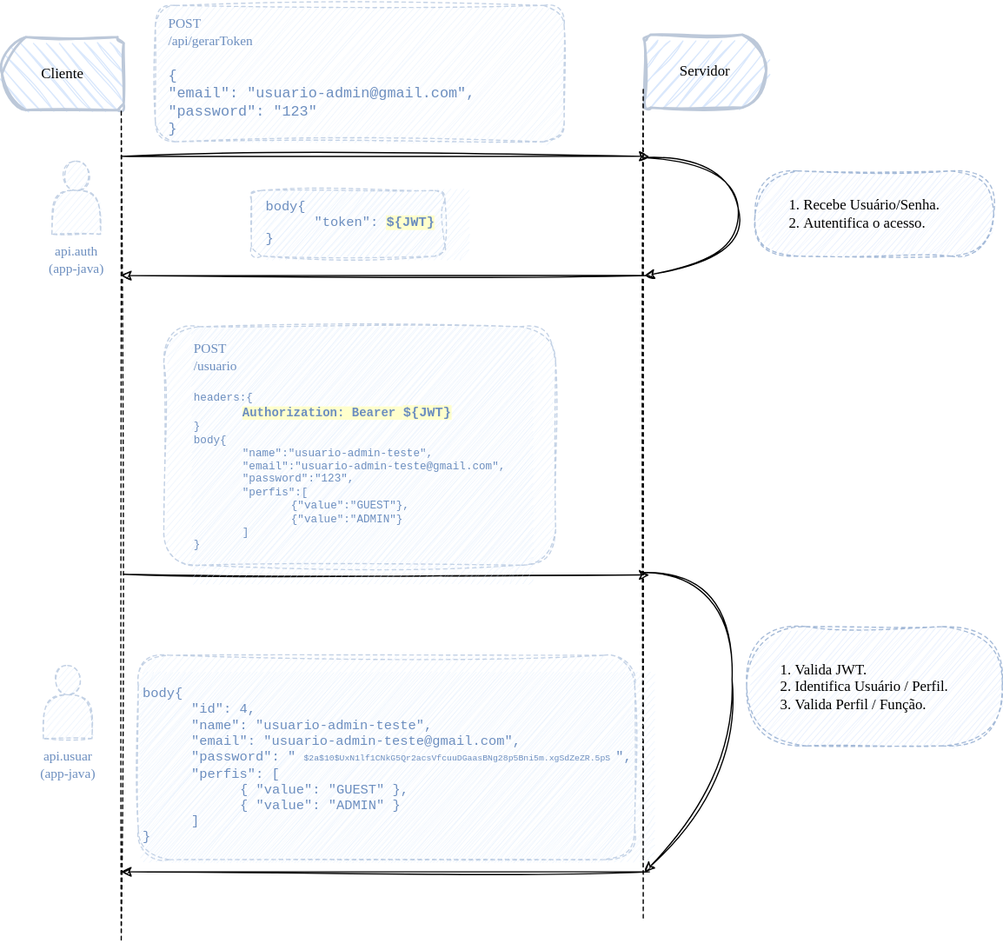
The draw.io diagram microservico/arquitetura.drawio.svg in ramiralvesmelo/spring-boot-projetos, before a commit. Source tidied: cells renumbered, new cells last; positions are measured from the earlier drawing's top-left corner, leaving out a move shared by most shapes.
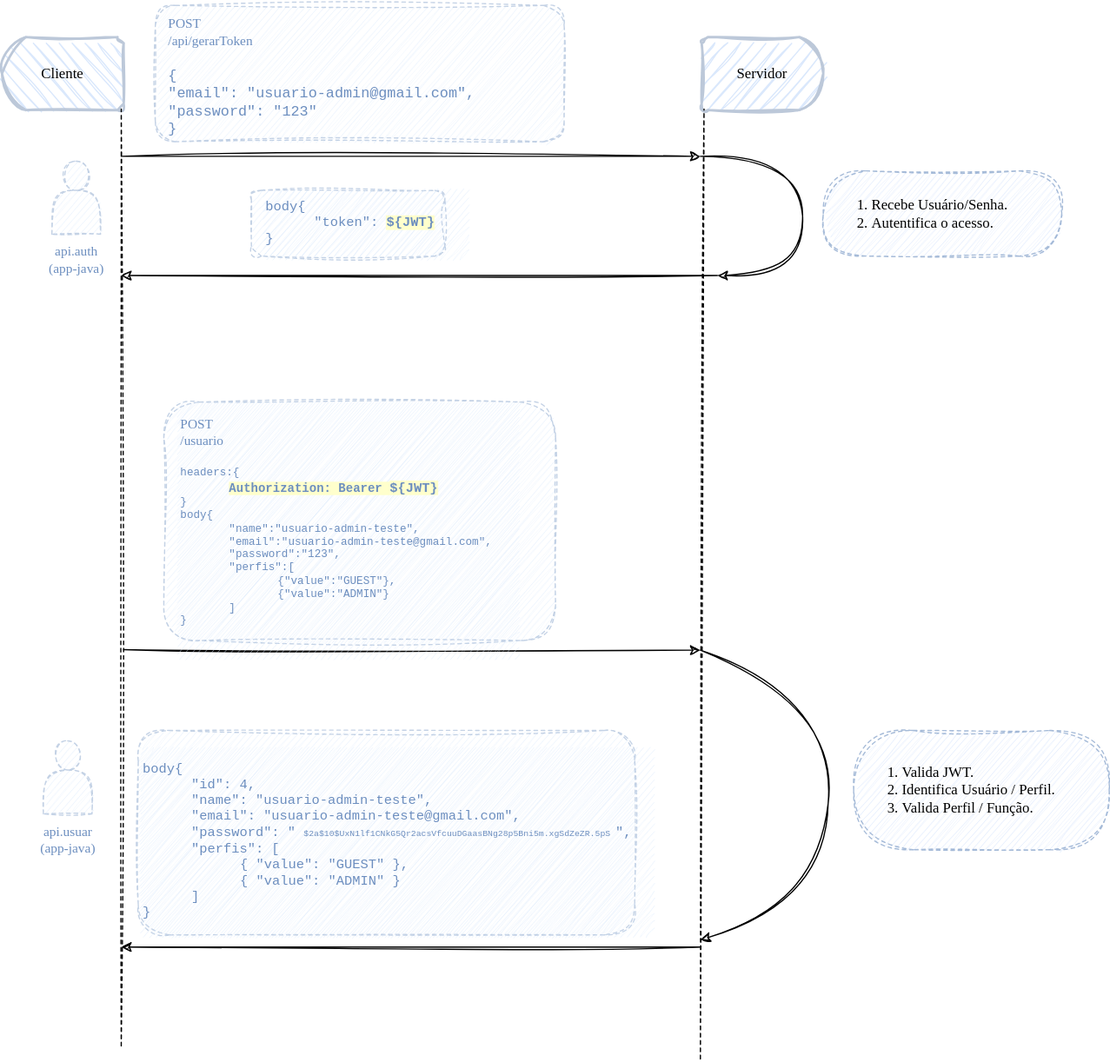
After the change.

The edit, as a diff of the source:
```diff
@@ -3,7 +3,7 @@
     <mxCell id="0" />
     <mxCell id="1" parent="0" />
     <mxCell id="2" style="rounded=1;whiteSpace=wrap;html=1;dashed=1;strokeColor=#6C8EBF;strokeWidth=1;fontFamily=Comic Sans MS;fontSize=11;fontColor=#6c8ebf;fillColor=#DAE8FC;opacity=40;sketch=1;curveFitting=1;jiggle=2;" parent="1" vertex="1">
-      <mxGeometry x="112" y="538" width="408" height="168" as="geometry" />
+      <mxGeometry x="112" y="600" width="408" height="168" as="geometry" />
     </mxCell>
     <mxCell id="3" style="rounded=1;whiteSpace=wrap;html=1;dashed=1;strokeColor=#6C8EBF;strokeWidth=1;fontFamily=Comic Sans MS;fontSize=11;fontColor=#6c8ebf;fillColor=#DAE8FC;opacity=40;sketch=1;curveFitting=1;jiggle=2;" parent="1" vertex="1">
       <mxGeometry x="126" y="4" width="336" height="112" as="geometry" />
@@ -12,92 +12,81 @@
       <mxGeometry y="30" width="100" height="60" as="geometry" />
     </mxCell>
     <mxCell id="5" value="Servidor" style="strokeWidth=2;html=1;shape=mxgraph.flowchart.delay;whiteSpace=wrap;flipH=0;fillColor=#dae8fc;rounded=1;shadow=0;sketch=1;curveFitting=1;jiggle=2;fontFamily=Comic Sans MS;strokeColor=#BCC8D9;" parent="1" vertex="1">
-      <mxGeometry x="528" y="28" width="100" height="60" as="geometry" />
+      <mxGeometry x="575" y="30" width="100" height="60" as="geometry" />
     </mxCell>
     <mxCell id="6" style="endArrow=none;dashed=1;html=1;entryX=0.02;entryY=0.985;entryDx=0;entryDy=0;entryPerimeter=0;sketch=1;curveFitting=1;jiggle=2;" parent="1" edge="1" target="4">
       <mxGeometry relative="1" as="geometry">
-        <mxPoint x="98" y="772" as="sourcePoint" />
+        <mxPoint x="98" y="859.3" as="sourcePoint" />
       </mxGeometry>
     </mxCell>
-    <mxCell id="7" style="endArrow=none;dashed=1;html=1;entryX=0.02;entryY=0.985;entryDx=0;entryDy=0;entryPerimeter=0;sketch=1;curveFitting=1;jiggle=2;" parent="1" edge="1">
+    <mxCell id="7" style="endArrow=none;dashed=1;html=1;sketch=1;curveFitting=1;jiggle=2;entryX=0.02;entryY=0.985;entryDx=0;entryDy=0;entryPerimeter=0;" parent="1" edge="1" target="5">
       <mxGeometry relative="1" as="geometry">
-        <mxPoint x="527" y="754" as="sourcePoint" />
-        <mxPoint x="527" y="72" as="targetPoint" />
+        <mxPoint x="574" y="870" as="sourcePoint" />
       </mxGeometry>
     </mxCell>
     <mxCell id="8" style="endArrow=classic;html=1;sketch=1;curveFitting=1;jiggle=2;" parent="1" edge="1">
       <mxGeometry relative="1" as="geometry">
         <mxPoint x="98" y="128" as="sourcePoint" />
-        <mxPoint x="532" y="128" as="targetPoint" />
+        <mxPoint x="574" y="128" as="targetPoint" />
       </mxGeometry>
     </mxCell>
     <mxCell id="9" style="endArrow=classic;html=1;sketch=1;curveFitting=1;jiggle=2;" parent="1" edge="1">
       <mxGeometry relative="1" as="geometry">
-        <mxPoint x="532" y="226" as="sourcePoint" />
+        <mxPoint x="588" y="226" as="sourcePoint" />
         <mxPoint x="98" y="226" as="targetPoint" />
       </mxGeometry>
     </mxCell>
     <mxCell id="10" style="endArrow=classic;html=1;sketch=1;curveFitting=1;jiggle=2;" parent="1" edge="1">
       <mxGeometry relative="1" as="geometry">
-        <mxPoint x="100" y="471.5" as="sourcePoint" />
-        <mxPoint x="532" y="472" as="targetPoint" />
+        <mxPoint x="100" y="533.5" as="sourcePoint" />
+        <mxPoint x="574" y="534" as="targetPoint" />
       </mxGeometry>
     </mxCell>
     <mxCell id="11" style="endArrow=classic;html=1;sketch=1;curveFitting=1;jiggle=2;" parent="1" edge="1">
       <mxGeometry relative="1" as="geometry">
-        <mxPoint x="532" y="716" as="sourcePoint" />
-        <mxPoint x="98" y="716" as="targetPoint" />
+        <mxPoint x="574" y="778" as="sourcePoint" />
+        <mxPoint x="98" y="778" as="targetPoint" />
       </mxGeometry>
     </mxCell>
     <mxCell id="12" value="&lt;ol&gt;&lt;li style=&quot;&quot;&gt;&lt;span style=&quot;background-color: initial;&quot;&gt;Recebe Usuário/Senha.&lt;/span&gt;&lt;br&gt;&lt;/li&gt;&lt;li&gt;Autentifica o acesso.&lt;/li&gt;&lt;/ol&gt;" style="text;html=1;align=left;verticalAlign=middle;strokeColor=#6c8ebf;fillColor=#dae8fc;rounded=1;shadow=0;sketch=1;curveFitting=1;jiggle=2;fontFamily=Comic Sans MS;dashed=1;arcSize=50;strokeWidth=1;perimeterSpacing=1;opacity=60;spacing=0;rotation=0;" parent="1" vertex="1">
-      <mxGeometry x="619" y="140" width="196" height="70" as="geometry" />
+      <mxGeometry x="675" y="140" width="196" height="70" as="geometry" />
     </mxCell>
     <mxCell id="13" value="&lt;div style=&quot;font-size: 11px;&quot;&gt;&lt;font color=&quot;#6c8ebf&quot; style=&quot;font-size: 11px;&quot;&gt;&lt;span style=&quot;font-family: &amp;quot;Comic Sans MS&amp;quot;; text-align: center;&quot;&gt;POST&lt;/span&gt;&lt;span style=&quot;background-color: initial;&quot;&gt;&lt;br&gt;&lt;/span&gt;&lt;/font&gt;&lt;/div&gt;&lt;div style=&quot;font-size: 11px;&quot;&gt;&lt;font color=&quot;#6c8ebf&quot; style=&quot;font-size: 11px;&quot;&gt;&lt;span style=&quot;font-family: &amp;quot;Comic Sans MS&amp;quot;; text-align: center;&quot;&gt;/api/gerarToken&lt;/span&gt;&lt;/font&gt;&lt;/div&gt;&lt;div style=&quot;font-size: 11px;&quot;&gt;&lt;font color=&quot;#6c8ebf&quot; style=&quot;font-size: 11px;&quot;&gt;&lt;span style=&quot;font-family: &amp;quot;Comic Sans MS&amp;quot;; text-align: center;&quot;&gt;&lt;br&gt;&lt;/span&gt;&lt;/font&gt;&lt;/div&gt;&lt;div style=&quot;font-size: 12px;&quot;&gt;&lt;font style=&quot;font-size: 12px;&quot;&gt;&lt;span style=&quot;color: rgb(108, 142, 191); background-color: initial;&quot;&gt;{&lt;/span&gt;&lt;br&gt;&lt;/font&gt;&lt;/div&gt;&lt;div style=&quot;font-size: 12px;&quot;&gt;&lt;div&gt;&lt;font style=&quot;font-size: 12px;&quot; color=&quot;#6c8ebf&quot;&gt;&amp;nbsp; &amp;nbsp; &quot;email&quot;: &quot;usuario-admin@gmail.com&quot;,&lt;/font&gt;&lt;/div&gt;&lt;div&gt;&lt;font style=&quot;font-size: 12px;&quot; color=&quot;#6c8ebf&quot;&gt;&amp;nbsp; &amp;nbsp; &quot;password&quot;: &quot;123&quot;&lt;/font&gt;&lt;/div&gt;&lt;div&gt;&lt;font style=&quot;font-size: 12px;&quot; color=&quot;#6c8ebf&quot;&gt;}&lt;/font&gt;&lt;/div&gt;&lt;/div&gt;&lt;div style=&quot;font-size: 12px;&quot;&gt;&lt;br&gt;&lt;/div&gt;" style="text;html=1;align=left;verticalAlign=middle;strokeColor=none;fillColor=none;fontFamily=Courier New;fontSize=10;opacity=40;dashed=1;sketch=1;curveFitting=1;jiggle=2;" parent="1" vertex="1">
       <mxGeometry x="135" width="308" height="140" as="geometry" />
     </mxCell>
     <mxCell id="14" style="curved=1;endArrow=classic;html=1;sketch=1;curveFitting=1;jiggle=2;" parent="1" edge="1">
       <mxGeometry relative="1" as="geometry">
-        <mxPoint x="528" y="129" as="sourcePoint" />
-        <mxPoint x="528" y="226" as="targetPoint" />
+        <mxPoint x="574" y="534" as="sourcePoint" />
+        <mxPoint x="574" y="772" as="targetPoint" />
         <Array as="points">
-          <mxPoint x="598" y="129" />
-          <mxPoint x="612" y="212" />
+          <mxPoint x="686" y="576" />
+          <mxPoint x="672" y="744" />
         </Array>
       </mxGeometry>
     </mxCell>
     <mxCell id="15" value="&lt;ol&gt;&lt;li style=&quot;&quot;&gt;&lt;span style=&quot;background-color: initial;&quot;&gt;Valida JWT.&lt;/span&gt;&lt;/li&gt;&lt;li style=&quot;&quot;&gt;Identifica Usuário / Perfil.&lt;/li&gt;&lt;li style=&quot;&quot;&gt;Valida Perfil / Função.&lt;/li&gt;&lt;/ol&gt;" style="text;html=1;align=left;verticalAlign=middle;strokeColor=#6c8ebf;fillColor=#dae8fc;rounded=1;shadow=0;sketch=1;curveFitting=1;jiggle=2;fontFamily=Comic Sans MS;dashed=1;arcSize=50;strokeWidth=1;perimeterSpacing=1;opacity=60;spacing=0;rotation=0;" parent="1" vertex="1">
-      <mxGeometry x="612" y="514.5" width="210" height="98" as="geometry" />
+      <mxGeometry x="700" y="600" width="210" height="98" as="geometry" />
     </mxCell>
     <mxCell id="16" style="shape=actor;whiteSpace=wrap;html=1;dashed=1;sketch=1;strokeColor=#6C8EBF;strokeWidth=1;fontFamily=Comic Sans MS;fontSize=11;fontColor=#6C8EBF;fillColor=#DAE8FC;opacity=40;" parent="1" vertex="1">
       <mxGeometry x="41" y="132" width="40" height="60" as="geometry" />
     </mxCell>
     <mxCell id="17" style="rounded=1;whiteSpace=wrap;html=1;dashed=1;strokeColor=#6C8EBF;strokeWidth=1;fontFamily=Comic Sans MS;fontSize=11;fontColor=#6c8ebf;fillColor=#DAE8FC;opacity=40;sketch=1;curveFitting=1;jiggle=2;" parent="1" vertex="1">
-      <mxGeometry x="133" y="268" width="322" height="196" as="geometry" />
+      <mxGeometry x="133" y="330" width="322" height="196" as="geometry" />
     </mxCell>
     <mxCell id="18" value="&lt;div style=&quot;font-size: 11px;&quot;&gt;&lt;span style=&quot;font-family: &amp;quot;Comic Sans MS&amp;quot;; text-align: center; color: rgb(108, 142, 191); background-color: initial;&quot;&gt;POST&lt;/span&gt;&lt;br&gt;&lt;/div&gt;&lt;div style=&quot;font-size: 11px;&quot;&gt;&lt;font color=&quot;#6c8ebf&quot; style=&quot;font-size: 11px;&quot;&gt;&lt;span style=&quot;font-family: &amp;quot;Comic Sans MS&amp;quot;; text-align: center;&quot;&gt;/usuario&lt;/span&gt;&lt;/font&gt;&lt;/div&gt;&lt;div style=&quot;font-size: 11px;&quot;&gt;&lt;font color=&quot;#6c8ebf&quot; style=&quot;font-size: 11px;&quot;&gt;&lt;span style=&quot;font-family: &amp;quot;Comic Sans MS&amp;quot;; text-align: center;&quot;&gt;&lt;br&gt;&lt;/span&gt;&lt;/font&gt;&lt;/div&gt;&lt;div style=&quot;font-size: 9px;&quot;&gt;&lt;font style=&quot;font-size: 9px;&quot;&gt;&lt;span style=&quot;color: rgb(108, 142, 191); background-color: initial;&quot;&gt;headers:{&lt;/span&gt;&lt;br&gt;&lt;/font&gt;&lt;/div&gt;&lt;blockquote style=&quot;margin: 0 0 0 40px; border: none; padding: 0px;&quot;&gt;&lt;div style=&quot;&quot;&gt;&lt;div style=&quot;&quot;&gt;&lt;font style=&quot;&quot; color=&quot;#6c8ebf&quot;&gt;&lt;font style=&quot;background-color: rgb(255, 255, 204); font-weight: bold;&quot; size=&quot;1&quot;&gt;Authorization: Bearer &lt;/font&gt;&lt;font style=&quot;background-color: rgb(255, 255, 204); font-weight: bold; font-size: 11px;&quot;&gt;${JWT}&lt;/font&gt;&lt;/font&gt;&lt;/div&gt;&lt;/div&gt;&lt;/blockquote&gt;&lt;div style=&quot;&quot;&gt;&lt;div style=&quot;font-size: 9px;&quot;&gt;&lt;font style=&quot;font-size: 9px;&quot; color=&quot;#6c8ebf&quot;&gt;}&lt;/font&gt;&lt;/div&gt;&lt;div style=&quot;font-size: 9px;&quot;&gt;&lt;font style=&quot;font-size: 9px;&quot; color=&quot;#6c8ebf&quot;&gt;body{&lt;/font&gt;&lt;/div&gt;&lt;/div&gt;&lt;blockquote style=&quot;margin: 0 0 0 40px; border: none; padding: 0px;&quot;&gt;&lt;div style=&quot;&quot;&gt;&lt;div style=&quot;font-size: 9px;&quot;&gt;&lt;font style=&quot;font-size: 9px;&quot; color=&quot;#6c8ebf&quot;&gt;&quot;name&quot;:&quot;usuario-admin-teste&quot;,&lt;/font&gt;&lt;/div&gt;&lt;/div&gt;&lt;div style=&quot;&quot;&gt;&lt;div style=&quot;font-size: 9px;&quot;&gt;&lt;font style=&quot;font-size: 9px;&quot; color=&quot;#6c8ebf&quot;&gt;&quot;email&quot;:&quot;usuario-admin-teste@gmail.com&quot;,&lt;/font&gt;&lt;/div&gt;&lt;/div&gt;&lt;div style=&quot;&quot;&gt;&lt;div style=&quot;font-size: 9px;&quot;&gt;&lt;font style=&quot;font-size: 9px;&quot; color=&quot;#6c8ebf&quot;&gt;&quot;password&quot;:&quot;123&quot;,&lt;/font&gt;&lt;/div&gt;&lt;/div&gt;&lt;div style=&quot;&quot;&gt;&lt;div style=&quot;font-size: 9px;&quot;&gt;&lt;font style=&quot;font-size: 9px;&quot; color=&quot;#6c8ebf&quot;&gt;&quot;perfis&quot;:[&lt;/font&gt;&lt;/div&gt;&lt;/div&gt;&lt;/blockquote&gt;&lt;blockquote style=&quot;margin: 0 0 0 40px; border: none; padding: 0px;&quot;&gt;&lt;blockquote style=&quot;margin: 0 0 0 40px; border: none; padding: 0px;&quot;&gt;&lt;div style=&quot;&quot;&gt;&lt;div style=&quot;font-size: 9px;&quot;&gt;&lt;font style=&quot;font-size: 9px;&quot; color=&quot;#6c8ebf&quot;&gt;{&quot;value&quot;:&quot;GUEST&quot;},&lt;/font&gt;&lt;/div&gt;&lt;/div&gt;&lt;/blockquote&gt;&lt;blockquote style=&quot;margin: 0 0 0 40px; border: none; padding: 0px;&quot;&gt;&lt;div style=&quot;&quot;&gt;&lt;div style=&quot;font-size: 9px;&quot;&gt;&lt;font style=&quot;font-size: 9px;&quot; color=&quot;#6c8ebf&quot;&gt;{&quot;value&quot;:&quot;ADMIN&quot;}&lt;/font&gt;&lt;/div&gt;&lt;/div&gt;&lt;/blockquote&gt;&lt;/blockquote&gt;&lt;blockquote style=&quot;margin: 0 0 0 40px; border: none; padding: 0px;&quot;&gt;&lt;div style=&quot;&quot;&gt;&lt;div style=&quot;font-size: 9px;&quot;&gt;&lt;font style=&quot;font-size: 9px;&quot; color=&quot;#6c8ebf&quot;&gt;]&lt;/font&gt;&lt;/div&gt;&lt;/div&gt;&lt;/blockquote&gt;&lt;div style=&quot;&quot;&gt;&lt;div style=&quot;font-size: 9px;&quot;&gt;&lt;font style=&quot;font-size: 9px;&quot; color=&quot;#6c8ebf&quot;&gt;}&lt;/font&gt;&lt;/div&gt;&lt;/div&gt;&lt;div style=&quot;font-size: 11px;&quot;&gt;&lt;br&gt;&lt;/div&gt;" style="text;html=1;align=left;verticalAlign=middle;strokeColor=none;fillColor=#DAE8FC;fontFamily=Courier New;fontSize=10;opacity=40;dashed=1;sketch=1;curveFitting=1;jiggle=2;" parent="1" vertex="1">
-      <mxGeometry x="156" y="268" width="280" height="210" as="geometry" />
+      <mxGeometry x="144.5" y="330" width="280" height="210" as="geometry" />
     </mxCell>
     <mxCell id="19" value="api.auth &lt;br&gt;(app-java)&lt;br&gt;" style="text;html=1;align=center;verticalAlign=middle;strokeColor=none;fillColor=none;fontSize=11;fontFamily=Comic Sans MS;fontColor=#6C8EBF;" parent="1" vertex="1">
       <mxGeometry x="19" y="192" width="84" height="42" as="geometry" />
     </mxCell>
     <mxCell id="20" style="shape=actor;whiteSpace=wrap;html=1;dashed=1;sketch=1;strokeColor=#6C8EBF;strokeWidth=1;fontFamily=Comic Sans MS;fontSize=11;fontColor=#6C8EBF;fillColor=#DAE8FC;opacity=40;" parent="1" vertex="1">
-      <mxGeometry x="34" y="546.5" width="40" height="60" as="geometry" />
+      <mxGeometry x="34" y="608.5" width="40" height="60" as="geometry" />
     </mxCell>
     <mxCell id="21" value="api.usuar&lt;br&gt;(app-java)" style="text;html=1;align=center;verticalAlign=middle;strokeColor=none;fillColor=none;fontSize=11;fontFamily=Comic Sans MS;fontColor=#6C8EBF;" parent="1" vertex="1">
-      <mxGeometry x="12" y="606.5" width="84" height="42" as="geometry" />
+      <mxGeometry x="12" y="668.5" width="84" height="42" as="geometry" />
     </mxCell>
-    <mxCell id="22" style="curved=1;endArrow=classic;html=1;sketch=1;curveFitting=1;jiggle=2;" parent="1" edge="1">
-      <mxGeometry relative="1" as="geometry">
-        <mxPoint x="528" y="470" as="sourcePoint" />
-        <mxPoint x="528" y="716" as="targetPoint" />
-        <Array as="points">
-          <mxPoint x="598" y="470" />
-          <mxPoint x="602" y="646" />
-        </Array>
-      </mxGeometry>
-    </mxCell>
     <mxCell id="23" value="&lt;div style=&quot;&quot;&gt;&lt;div style=&quot;font-size: 11px;&quot;&gt;&lt;font color=&quot;#6c8ebf&quot;&gt;body{&lt;/font&gt;&lt;/div&gt;&lt;/div&gt;&lt;blockquote style=&quot;margin: 0 0 0 40px; border: none; padding: 0px;&quot;&gt;&lt;div style=&quot;&quot;&gt;&lt;div style=&quot;font-size: 11px;&quot;&gt;&lt;font color=&quot;#6c8ebf&quot;&gt;&quot;id&quot;: 4,&lt;/font&gt;&lt;/div&gt;&lt;/div&gt;&lt;div style=&quot;&quot;&gt;&lt;div style=&quot;font-size: 11px;&quot;&gt;&lt;font color=&quot;#6c8ebf&quot;&gt;&quot;name&quot;: &quot;usuario-admin-teste&quot;,&lt;/font&gt;&lt;/div&gt;&lt;/div&gt;&lt;div style=&quot;&quot;&gt;&lt;div style=&quot;font-size: 11px;&quot;&gt;&lt;font color=&quot;#6c8ebf&quot;&gt;&quot;email&quot;: &quot;usuario-admin-teste@gmail.com&quot;,&lt;/font&gt;&lt;/div&gt;&lt;/div&gt;&lt;div style=&quot;&quot;&gt;&lt;div style=&quot;&quot;&gt;&lt;font color=&quot;#6c8ebf&quot;&gt;&lt;span style=&quot;font-size: 11px;&quot;&gt;&quot;password&quot;: &quot;&lt;/span&gt;&lt;font style=&quot;font-size: 7px;&quot;&gt;$2a$10$UxN1lf1CNkG5Qr2acsVfcuuDGaasBNg28p5Bni5m.xgSdZeZR.5pS&lt;/font&gt;&lt;span style=&quot;font-size: 11px;&quot;&gt;&quot;,&lt;/span&gt;&lt;/font&gt;&lt;/div&gt;&lt;/div&gt;&lt;div style=&quot;&quot;&gt;&lt;div style=&quot;font-size: 11px;&quot;&gt;&lt;font color=&quot;#6c8ebf&quot;&gt;&quot;perfis&quot;: [&lt;/font&gt;&lt;/div&gt;&lt;/div&gt;&lt;blockquote style=&quot;margin: 0 0 0 40px; border: none; padding: 0px;&quot;&gt;&lt;font style=&quot;font-size: 11px; border-color: var(--border-color);&quot; color=&quot;#6c8ebf&quot;&gt;{&lt;/font&gt;&lt;span style=&quot;font-size: 11px; background-color: initial; color: rgb(108, 142, 191);&quot;&gt;&quot;value&quot;: &quot;GUEST&quot;&lt;/span&gt;&lt;span style=&quot;font-size: 11px; background-color: initial; color: rgb(108, 142, 191);&quot;&gt;},&lt;/span&gt;&lt;/blockquote&gt;&lt;blockquote style=&quot;margin: 0 0 0 40px; border: none; padding: 0px;&quot;&gt;&lt;div style=&quot;&quot;&gt;&lt;div style=&quot;font-size: 11px;&quot;&gt;&lt;div style=&quot;border-color: var(--border-color);&quot;&gt;&lt;font style=&quot;border-color: var(--border-color);&quot; color=&quot;#6c8ebf&quot;&gt;{&lt;/font&gt;&lt;span style=&quot;color: rgb(108, 142, 191); background-color: initial;&quot;&gt;&quot;value&quot;: &quot;ADMIN&quot;&lt;/span&gt;&lt;span style=&quot;color: rgb(108, 142, 191); background-color: initial;&quot;&gt;}&lt;/span&gt;&lt;/div&gt;&lt;/div&gt;&lt;/div&gt;&lt;/blockquote&gt;&lt;div style=&quot;&quot;&gt;&lt;div style=&quot;font-size: 11px;&quot;&gt;&lt;div style=&quot;border-color: var(--border-color);&quot;&gt;&lt;span style=&quot;background-color: initial; color: rgb(108, 142, 191);&quot;&gt;]&lt;/span&gt;&lt;/div&gt;&lt;/div&gt;&lt;/div&gt;&lt;/blockquote&gt;&lt;div style=&quot;&quot;&gt;&lt;div style=&quot;font-size: 11px;&quot;&gt;&lt;font color=&quot;#6c8ebf&quot;&gt;}&lt;/font&gt;&lt;/div&gt;&lt;/div&gt;" style="text;html=1;align=left;verticalAlign=middle;strokeColor=none;fillColor=#DAE8FC;fontFamily=Courier New;fontSize=10;opacity=40;dashed=1;sketch=1;curveFitting=1;jiggle=2;" parent="1" vertex="1">
-      <mxGeometry x="114" y="552" width="420" height="154" as="geometry" />
+      <mxGeometry x="114" y="614" width="420" height="154" as="geometry" />
     </mxCell>
     <mxCell id="24" style="rounded=1;whiteSpace=wrap;html=1;dashed=1;strokeColor=#6C8EBF;strokeWidth=1;fontFamily=Comic Sans MS;fontSize=11;fontColor=#6c8ebf;fillColor=#DAE8FC;opacity=40;sketch=1;curveFitting=1;jiggle=2;" parent="1" vertex="1">
       <mxGeometry x="205" y="156" width="159" height="54" as="geometry" />
@@ -105,5 +94,15 @@
     <mxCell id="25" value="&lt;div style=&quot;&quot;&gt;&lt;div style=&quot;font-size: 11px;&quot;&gt;&lt;font color=&quot;#6c8ebf&quot;&gt;body{&lt;/font&gt;&lt;/div&gt;&lt;/div&gt;&lt;blockquote style=&quot;margin: 0 0 0 40px; border: none; padding: 0px;&quot;&gt;&lt;div style=&quot;&quot;&gt;&lt;div style=&quot;font-size: 11px;&quot;&gt;&lt;font color=&quot;#6c8ebf&quot;&gt;&quot;token&quot;:&amp;nbsp;&lt;/font&gt;&lt;span style=&quot;background-color: rgb(255, 255, 204); color: rgb(108, 142, 191); font-weight: 700;&quot;&gt;${JWT}&lt;/span&gt;&lt;/div&gt;&lt;/div&gt;&lt;/blockquote&gt;&lt;div style=&quot;&quot;&gt;&lt;div style=&quot;font-size: 11px;&quot;&gt;&lt;font color=&quot;#6c8ebf&quot;&gt;}&lt;/font&gt;&lt;/div&gt;&lt;/div&gt;" style="text;html=1;align=left;verticalAlign=middle;strokeColor=none;fillColor=#DAE8FC;fontFamily=Courier New;fontSize=10;opacity=40;dashed=1;sketch=1;curveFitting=1;jiggle=2;" parent="1" vertex="1">
       <mxGeometry x="215" y="155" width="168" height="56" as="geometry" />
     </mxCell>
+    <mxCell id="26" style="curved=1;endArrow=classic;html=1;sketch=1;curveFitting=1;jiggle=2;" parent="1" edge="1">
+      <mxGeometry relative="1" as="geometry">
+        <mxPoint x="574" y="128" as="sourcePoint" />
+        <mxPoint x="588" y="226" as="targetPoint" />
+        <Array as="points">
+          <mxPoint x="658" y="128" />
+          <mxPoint x="658" y="226" />
+        </Array>
+      </mxGeometry>
+    </mxCell>
   </root>
 </mxGraphModel>
```
